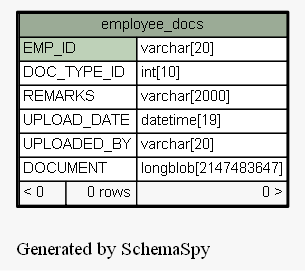
The Graphviz diagram docs/database/schemaspy/graphs/employee_docs.1degree.png in engineerscraft/hrms, before a commit. Its source is kept beside it as docs/database/schemaspy/graphs/employee_docs.1degree.dot. Source of this version:
```dot
digraph "oneDegreeRelationshipsGraph" {
  graph [
    rankdir="RL"
    bgcolor="#f7f7f7"
    label="\nGenerated by SchemaSpy"
    labeljust="l"
  ];
  node [
    fontname="Helvetica"
    fontsize="11"
    shape="plaintext"
  ];
  edge [
    arrowsize="0.8"
  ];
  "employee_docs" [
    label=<
    <TABLE BORDER="2" CELLBORDER="1" CELLSPACING="0" BGCOLOR="#ffffff">
      <TR><TD PORT="employee_docs.heading" COLSPAN="3" BGCOLOR="#9bab96" ALIGN="CENTER">employee_docs</TD></TR>
      <TR><TD PORT="EMP_ID" COLSPAN="2" BGCOLOR="#bed1b8" ALIGN="LEFT">EMP_ID</TD><TD PORT="EMP_ID.type" ALIGN="LEFT">varchar[20]</TD></TR>
      <TR><TD PORT="DOC_TYPE_ID" COLSPAN="2" ALIGN="LEFT">DOC_TYPE_ID</TD><TD PORT="DOC_TYPE_ID.type" ALIGN="LEFT">int[10]</TD></TR>
      <TR><TD PORT="REMARKS" COLSPAN="2" ALIGN="LEFT">REMARKS</TD><TD PORT="REMARKS.type" ALIGN="LEFT">varchar[2000]</TD></TR>
      <TR><TD PORT="UPLOAD_DATE" COLSPAN="2" ALIGN="LEFT">UPLOAD_DATE</TD><TD PORT="UPLOAD_DATE.type" ALIGN="LEFT">datetime[19]</TD></TR>
      <TR><TD PORT="UPLOADED_BY" COLSPAN="2" ALIGN="LEFT">UPLOADED_BY</TD><TD PORT="UPLOADED_BY.type" ALIGN="LEFT">varchar[20]</TD></TR>
      <TR><TD PORT="DOCUMENT" COLSPAN="2" ALIGN="LEFT">DOCUMENT</TD><TD PORT="DOCUMENT.type" ALIGN="LEFT">longblob[2147483647]</TD></TR>
      <TR><TD ALIGN="LEFT" BGCOLOR="#f7f7f7">&lt; 0</TD><TD ALIGN="RIGHT" BGCOLOR="#f7f7f7">0 rows</TD><TD ALIGN="RIGHT" BGCOLOR="#f7f7f7">0 &gt;</TD></TR>
    </TABLE>>
    URL="employee_docs.html#"
    tooltip="employee_docs"
  ];
}
```
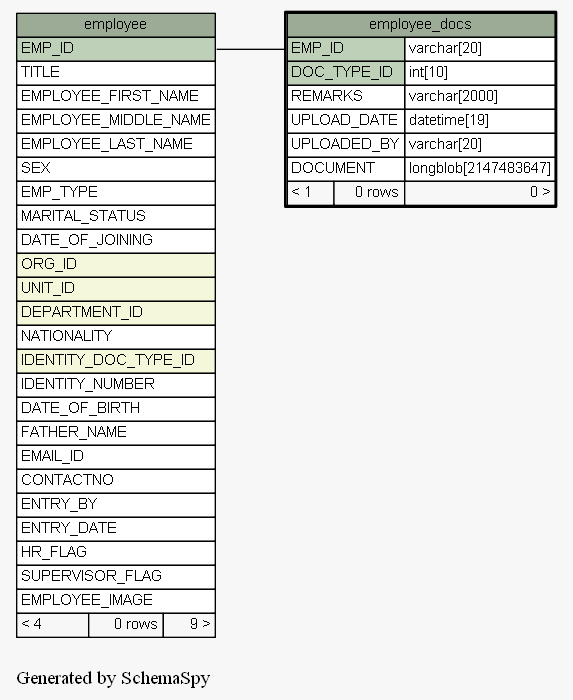
The same file after the commit.

Diff of the diagram source:
```diff
@@ -13,17 +13,51 @@
   edge [
     arrowsize="0.8"
   ];
+  "employee_docs":"EMP_ID":w -> "employee":"EMP_ID":e [arrowtail=crowtee arrowhead=none];
+  "employee" [
+    label=<
+    <TABLE BORDER="0" CELLBORDER="1" CELLSPACING="0" BGCOLOR="#ffffff">
+      <TR><TD PORT="employee.heading" COLSPAN="3" BGCOLOR="#9bab96" ALIGN="CENTER">employee</TD></TR>
+      <TR><TD PORT="EMP_ID" COLSPAN="3" BGCOLOR="#bed1b8" ALIGN="LEFT">EMP_ID</TD></TR>
+      <TR><TD PORT="TITLE" COLSPAN="3" ALIGN="LEFT">TITLE</TD></TR>
+      <TR><TD PORT="EMPLOYEE_FIRST_NAME" COLSPAN="3" ALIGN="LEFT">EMPLOYEE_FIRST_NAME</TD></TR>
+      <TR><TD PORT="EMPLOYEE_MIDDLE_NAME" COLSPAN="3" ALIGN="LEFT">EMPLOYEE_MIDDLE_NAME</TD></TR>
+      <TR><TD PORT="EMPLOYEE_LAST_NAME" COLSPAN="3" ALIGN="LEFT">EMPLOYEE_LAST_NAME</TD></TR>
+      <TR><TD PORT="SEX" COLSPAN="3" ALIGN="LEFT">SEX</TD></TR>
+      <TR><TD PORT="EMP_TYPE" COLSPAN="3" ALIGN="LEFT">EMP_TYPE</TD></TR>
+      <TR><TD PORT="MARITAL_STATUS" COLSPAN="3" ALIGN="LEFT">MARITAL_STATUS</TD></TR>
+      <TR><TD PORT="DATE_OF_JOINING" COLSPAN="3" ALIGN="LEFT">DATE_OF_JOINING</TD></TR>
+      <TR><TD PORT="ORG_ID" COLSPAN="3" BGCOLOR="#f4f7da" ALIGN="LEFT">ORG_ID</TD></TR>
+      <TR><TD PORT="UNIT_ID" COLSPAN="3" BGCOLOR="#f4f7da" ALIGN="LEFT">UNIT_ID</TD></TR>
+      <TR><TD PORT="DEPARTMENT_ID" COLSPAN="3" BGCOLOR="#f4f7da" ALIGN="LEFT">DEPARTMENT_ID</TD></TR>
+      <TR><TD PORT="NATIONALITY" COLSPAN="3" ALIGN="LEFT">NATIONALITY</TD></TR>
+      <TR><TD PORT="IDENTITY_DOC_TYPE_ID" COLSPAN="3" BGCOLOR="#f4f7da" ALIGN="LEFT">IDENTITY_DOC_TYPE_ID</TD></TR>
+      <TR><TD PORT="IDENTITY_NUMBER" COLSPAN="3" ALIGN="LEFT">IDENTITY_NUMBER</TD></TR>
+      <TR><TD PORT="DATE_OF_BIRTH" COLSPAN="3" ALIGN="LEFT">DATE_OF_BIRTH</TD></TR>
+      <TR><TD PORT="FATHER_NAME" COLSPAN="3" ALIGN="LEFT">FATHER_NAME</TD></TR>
+      <TR><TD PORT="EMAIL_ID" COLSPAN="3" ALIGN="LEFT">EMAIL_ID</TD></TR>
+      <TR><TD PORT="CONTACTNO" COLSPAN="3" ALIGN="LEFT">CONTACTNO</TD></TR>
+      <TR><TD PORT="ENTRY_BY" COLSPAN="3" ALIGN="LEFT">ENTRY_BY</TD></TR>
+      <TR><TD PORT="ENTRY_DATE" COLSPAN="3" ALIGN="LEFT">ENTRY_DATE</TD></TR>
+      <TR><TD PORT="HR_FLAG" COLSPAN="3" ALIGN="LEFT">HR_FLAG</TD></TR>
+      <TR><TD PORT="SUPERVISOR_FLAG" COLSPAN="3" ALIGN="LEFT">SUPERVISOR_FLAG</TD></TR>
+      <TR><TD PORT="EMPLOYEE_IMAGE" COLSPAN="3" ALIGN="LEFT">EMPLOYEE_IMAGE</TD></TR>
+      <TR><TD ALIGN="LEFT" BGCOLOR="#f7f7f7">&lt; 4</TD><TD ALIGN="RIGHT" BGCOLOR="#f7f7f7">0 rows</TD><TD ALIGN="RIGHT" BGCOLOR="#f7f7f7">9 &gt;</TD></TR>
+    </TABLE>>
+    URL="employee.html#graph"
+    tooltip="employee"
+  ];
   "employee_docs" [
     label=<
     <TABLE BORDER="2" CELLBORDER="1" CELLSPACING="0" BGCOLOR="#ffffff">
       <TR><TD PORT="employee_docs.heading" COLSPAN="3" BGCOLOR="#9bab96" ALIGN="CENTER">employee_docs</TD></TR>
       <TR><TD PORT="EMP_ID" COLSPAN="2" BGCOLOR="#bed1b8" ALIGN="LEFT">EMP_ID</TD><TD PORT="EMP_ID.type" ALIGN="LEFT">varchar[20]</TD></TR>
-      <TR><TD PORT="DOC_TYPE_ID" COLSPAN="2" ALIGN="LEFT">DOC_TYPE_ID</TD><TD PORT="DOC_TYPE_ID.type" ALIGN="LEFT">int[10]</TD></TR>
+      <TR><TD PORT="DOC_TYPE_ID" COLSPAN="2" BGCOLOR="#bed1b8" ALIGN="LEFT">DOC_TYPE_ID</TD><TD PORT="DOC_TYPE_ID.type" ALIGN="LEFT">int[10]</TD></TR>
       <TR><TD PORT="REMARKS" COLSPAN="2" ALIGN="LEFT">REMARKS</TD><TD PORT="REMARKS.type" ALIGN="LEFT">varchar[2000]</TD></TR>
       <TR><TD PORT="UPLOAD_DATE" COLSPAN="2" ALIGN="LEFT">UPLOAD_DATE</TD><TD PORT="UPLOAD_DATE.type" ALIGN="LEFT">datetime[19]</TD></TR>
       <TR><TD PORT="UPLOADED_BY" COLSPAN="2" ALIGN="LEFT">UPLOADED_BY</TD><TD PORT="UPLOADED_BY.type" ALIGN="LEFT">varchar[20]</TD></TR>
       <TR><TD PORT="DOCUMENT" COLSPAN="2" ALIGN="LEFT">DOCUMENT</TD><TD PORT="DOCUMENT.type" ALIGN="LEFT">longblob[2147483647]</TD></TR>
-      <TR><TD ALIGN="LEFT" BGCOLOR="#f7f7f7">&lt; 0</TD><TD ALIGN="RIGHT" BGCOLOR="#f7f7f7">0 rows</TD><TD ALIGN="RIGHT" BGCOLOR="#f7f7f7">0 &gt;</TD></TR>
+      <TR><TD ALIGN="LEFT" BGCOLOR="#f7f7f7">&lt; 1</TD><TD ALIGN="RIGHT" BGCOLOR="#f7f7f7">0 rows</TD><TD ALIGN="RIGHT" BGCOLOR="#f7f7f7">0 &gt;</TD></TR>
     </TABLE>>
     URL="employee_docs.html#"
     tooltip="employee_docs"
```
